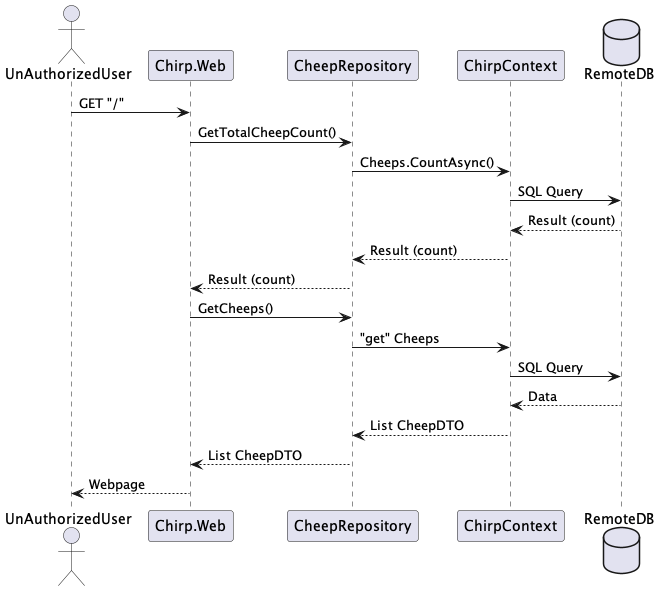
Above: docs/diagrams/SeqDia.png in ITU-BDSA23-GROUP9/Chirp (PlantUML), before the change.
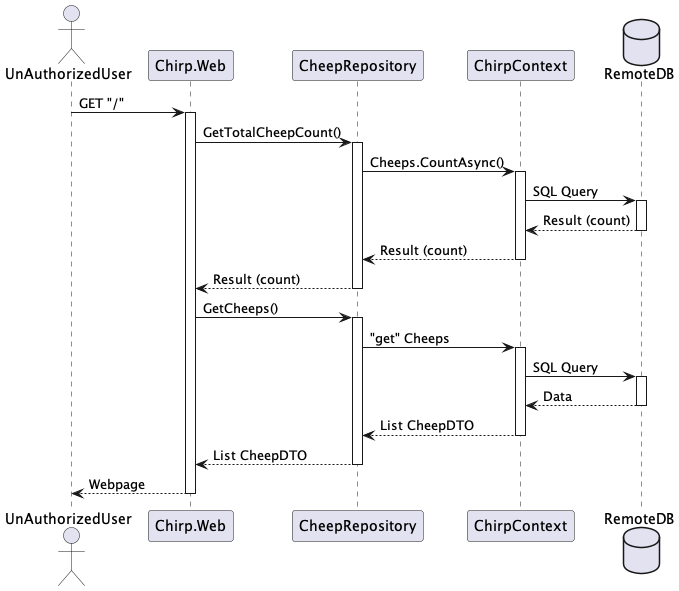
The same diagram one commit later.

Diff of the diagram source:
```diff
@@ -7,18 +7,32 @@
 database RemoteDB
 
 User -> Chirp.Web: GET "/"
+activate Chirp.Web
 Chirp.Web -> CheepRepository: GetTotalCheepCount()
+activate CheepRepository
 CheepRepository -> ChirpContext: Cheeps.CountAsync()
+activate ChirpContext
 ChirpContext -> RemoteDB: SQL Query
+activate RemoteDB
 RemoteDB --> ChirpContext: Result (count)
+deactivate RemoteDB
 ChirpContext --> CheepRepository: Result (count)
+deactivate ChirpContext
 CheepRepository --> Chirp.Web: Result (count)
+deactivate CheepRepository
 Chirp.Web -> CheepRepository: GetCheeps()
+activate CheepRepository
 CheepRepository -> ChirpContext: "get" Cheeps
+activate ChirpContext
 ChirpContext -> RemoteDB: SQL Query
+activate RemoteDB
 RemoteDB --> ChirpContext: Data
+deactivate RemoteDB
 ChirpContext --> CheepRepository: List CheepDTO
+deactivate ChirpContext
 CheepRepository --> Chirp.Web: List CheepDTO
+deactivate CheepRepository
 Chirp.Web --> User: Webpage
+deactivate Chirp.Web
 
 @enduml
```
